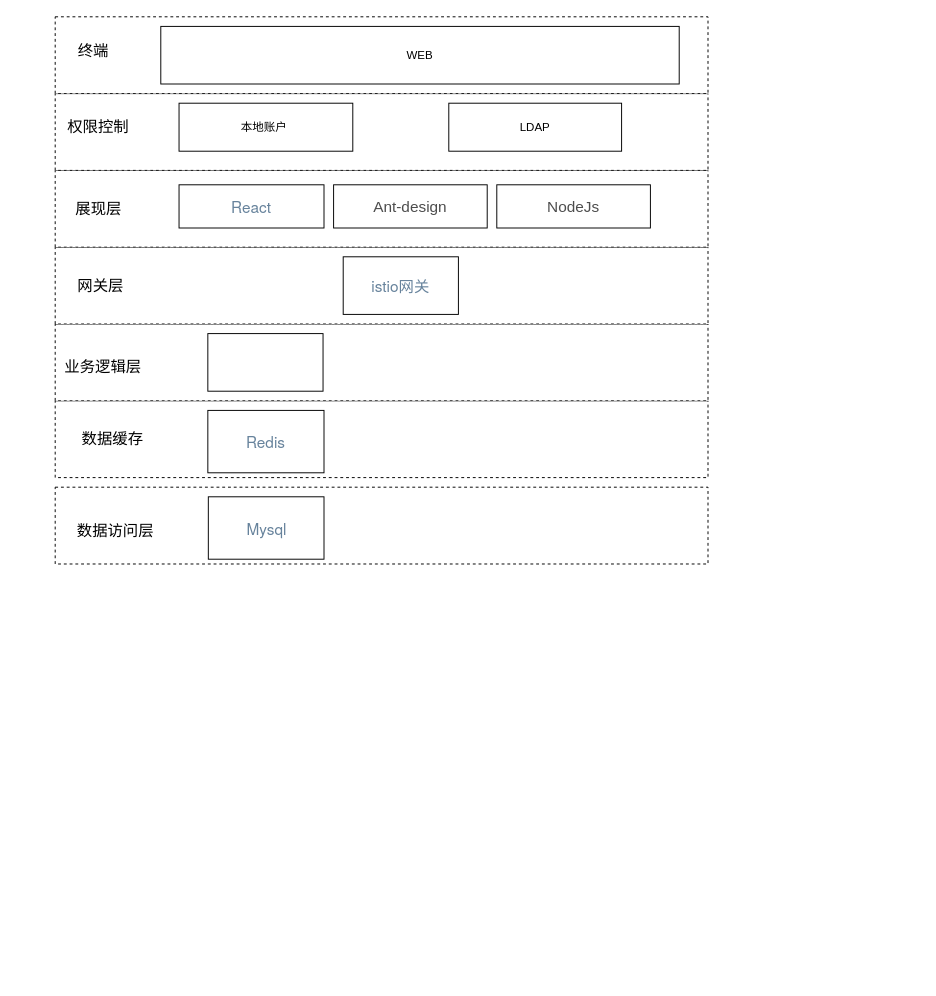
tengxiao/zabbix-report keeps this draw.io diagram as 统一监控.drawio. Above is the earlier version. Source tidied: cells renumbered, new cells numbered last; positions are measured from the earlier drawing's top-left corner, leaving out a move shared by most shapes. Both pictures are drawn from the tidied source at 96%, with x=0, y=0 at pixel (55, 16).
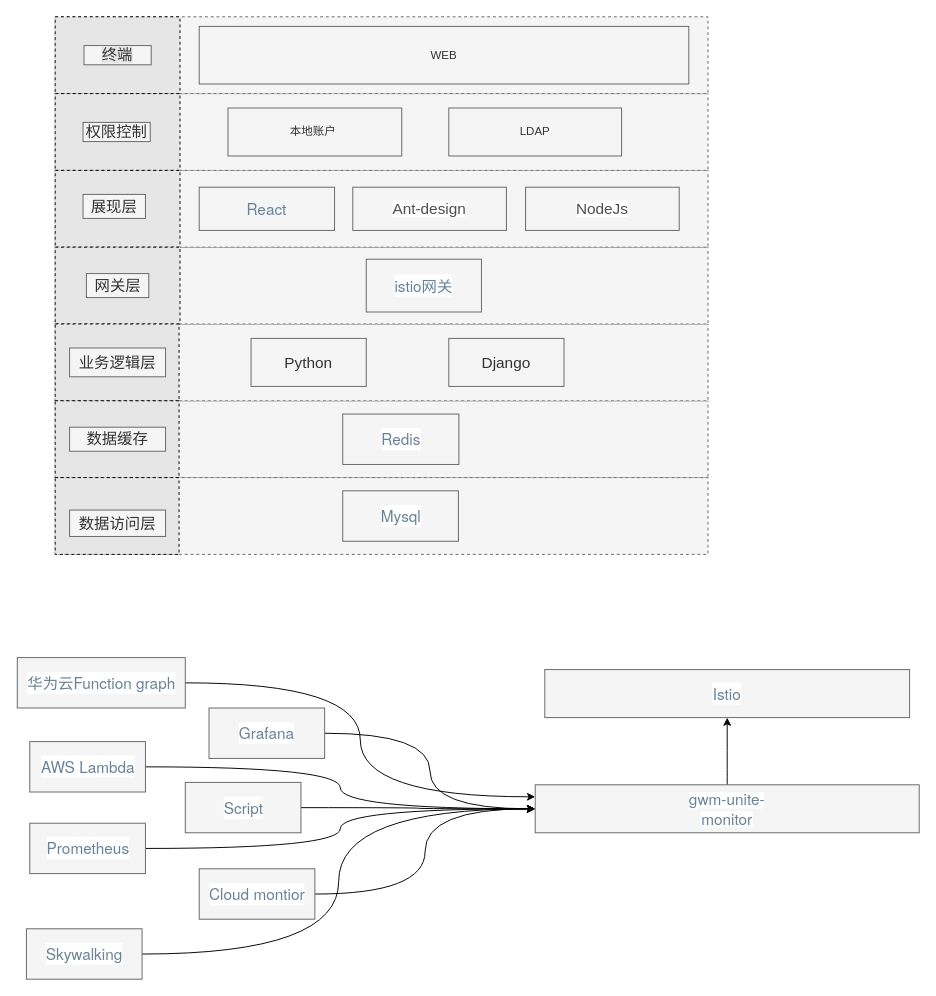
The same diagram, later.

Commit message (it also covers changes not shown here):
更新统一监控.drawio

The edit, as a diff of the source:
```diff
@@
-    <mxCell id="2" style="rounded=0;whiteSpace=wrap;html=1;dashed=1;" parent="1" vertex="1">
+    <mxCell id="2" style="rounded=0;whiteSpace=wrap;html=1;dashed=1;fillColor=#f5f5f5;strokeColor=#666666;fontColor=#333333;" parent="1" vertex="1">
       <mxGeometry y="400" width="680" height="80" as="geometry" />
     </mxCell>
-    <mxCell id="3" style="rounded=0;whiteSpace=wrap;html=1;dashed=1;" parent="1" vertex="1">
-      <mxGeometry y="490" width="680" height="80" as="geometry" />
+    <mxCell id="3" style="rounded=0;whiteSpace=wrap;html=1;dashed=1;fillColor=#f5f5f5;strokeColor=#666666;fontColor=#333333;" parent="1" vertex="1">
+      <mxGeometry y="480" width="680" height="80" as="geometry" />
     </mxCell>
-    <mxCell id="4" style="rounded=0;whiteSpace=wrap;html=1;dashed=1;" parent="1" vertex="1">
+    <mxCell id="4" style="rounded=0;whiteSpace=wrap;html=1;dashed=1;fillColor=#f5f5f5;strokeColor=#666666;fontColor=#333333;" parent="1" vertex="1">
       <mxGeometry y="320" width="680" height="80" as="geometry" />
     </mxCell>
-    <mxCell id="5" style="rounded=0;whiteSpace=wrap;html=1;dashed=1;" parent="1" vertex="1">
+    <mxCell id="5" style="rounded=0;whiteSpace=wrap;html=1;dashed=1;fillColor=#f5f5f5;strokeColor=#666666;fontColor=#333333;" parent="1" vertex="1">
       <mxGeometry y="240" width="680" height="80" as="geometry" />
     </mxCell>
-    <mxCell id="6" style="rounded=0;whiteSpace=wrap;html=1;dashed=1;" parent="1" vertex="1">
+    <mxCell id="6" style="rounded=0;whiteSpace=wrap;html=1;dashed=1;fillColor=#f5f5f5;strokeColor=#666666;fontColor=#333333;" parent="1" vertex="1">
       <mxGeometry y="160" width="680" height="80" as="geometry" />
     </mxCell>
-    <mxCell id="7" style="rounded=0;whiteSpace=wrap;html=1;dashed=1;" parent="1" vertex="1">
+    <mxCell id="7" style="rounded=0;whiteSpace=wrap;html=1;dashed=1;fillColor=#f5f5f5;strokeColor=#666666;fontColor=#333333;" parent="1" vertex="1">
       <mxGeometry y="80" width="680" height="80" as="geometry" />
     </mxCell>
-    <mxCell id="8" style="rounded=0;whiteSpace=wrap;html=1;dashed=1;" parent="1" vertex="1">
+    <mxCell id="8" style="rounded=0;whiteSpace=wrap;html=1;dashed=1;fillColor=#f5f5f5;strokeColor=#666666;fontColor=#333333;" parent="1" vertex="1">
       <mxGeometry width="680" height="80" as="geometry" />
     </mxCell>
-    <mxCell id="9" value="WEB" style="rounded=0;whiteSpace=wrap;html=1;" parent="1" vertex="1">
-      <mxGeometry x="110" y="10" width="540" height="60" as="geometry" />
+    <mxCell id="9" value="WEB" style="rounded=0;whiteSpace=wrap;html=1;fillColor=#f5f5f5;strokeColor=#666666;fontColor=#333333;" parent="1" vertex="1">
+      <mxGeometry x="150" y="10" width="510" height="60" as="geometry" />
     </mxCell>
-    <mxCell id="10" value="&lt;font color=&quot;#67839c&quot; face=&quot;helvetica neue, helvetica, arial, sans-serif&quot;&gt;&lt;span style=&quot;font-size: 16px&quot;&gt;React&lt;/span&gt;&lt;/font&gt;" style="rounded=0;whiteSpace=wrap;html=1;" parent="1" vertex="1">
-      <mxGeometry x="129" y="175" width="151" height="45" as="geometry" />
+    <mxCell id="10" value="&lt;font color=&quot;#67839c&quot; face=&quot;helvetica neue, helvetica, arial, sans-serif&quot;&gt;&lt;span style=&quot;font-size: 16px&quot;&gt;React&lt;/span&gt;&lt;/font&gt;" style="rounded=0;whiteSpace=wrap;html=1;fillColor=#f5f5f5;strokeColor=#666666;fontColor=#333333;" parent="1" vertex="1">
+      <mxGeometry x="150" y="177.5" width="141" height="45" as="geometry" />
     </mxCell>
-    <mxCell id="11" value="&lt;font style=&quot;font-size: 16px&quot;&gt;终端&lt;/font&gt;" style="text;html=1;strokeColor=none;fillColor=none;align=center;verticalAlign=middle;whiteSpace=wrap;rounded=0;fontSize=16;" parent="1" vertex="1">
-      <mxGeometry x="20" y="10" width="40" height="50" as="geometry" />
-    </mxCell>
-    <mxCell id="12" value="&lt;font style=&quot;font-size: 16px&quot;&gt;展现层&lt;/font&gt;" style="text;html=1;strokeColor=none;fillColor=none;align=center;verticalAlign=middle;whiteSpace=wrap;rounded=0;" parent="1" vertex="1">
-      <mxGeometry x="12.5" y="175" width="65" height="50" as="geometry" />
-    </mxCell>
-    <mxCell id="13" value="本地账户&lt;span style=&quot;white-space: pre&quot;&gt; &lt;/span&gt;" style="rounded=0;whiteSpace=wrap;html=1;" parent="1" vertex="1">
-      <mxGeometry x="129" y="90" width="181" height="50" as="geometry" />
+    <mxCell id="13" value="本地账户&lt;span style=&quot;white-space: pre&quot;&gt; &lt;/span&gt;" style="rounded=0;whiteSpace=wrap;html=1;fillColor=#f5f5f5;strokeColor=#666666;fontColor=#333333;" parent="1" vertex="1">
+      <mxGeometry x="180" y="95" width="181" height="50" as="geometry" />
     </mxCell>
-    <mxCell id="14" value="LDAP" style="rounded=0;whiteSpace=wrap;html=1;" parent="1" vertex="1">
-      <mxGeometry x="410" y="90" width="180" height="50" as="geometry" />
+    <mxCell id="14" value="LDAP" style="rounded=0;whiteSpace=wrap;html=1;fillColor=#f5f5f5;strokeColor=#666666;fontColor=#333333;" parent="1" vertex="1">
+      <mxGeometry x="410" y="95" width="180" height="50" as="geometry" />
     </mxCell>
-    <mxCell id="15" value="&lt;font style=&quot;font-size: 16px&quot;&gt;权限控制&lt;/font&gt;" style="text;html=1;strokeColor=none;fillColor=none;align=center;verticalAlign=middle;whiteSpace=wrap;rounded=0;" parent="1" vertex="1">
-      <mxGeometry x="10" y="105" width="70" height="20" as="geometry" />
-    </mxCell>
-    <mxCell id="16" value="&lt;font style=&quot;font-size: 16px&quot;&gt;业务逻辑层&lt;/font&gt;" style="text;html=1;strokeColor=none;fillColor=none;align=center;verticalAlign=middle;whiteSpace=wrap;rounded=0;" parent="1" vertex="1">
-      <mxGeometry y="340" width="100" height="50" as="geometry" />
-    </mxCell>
-    <mxCell id="17" style="rounded=0;whiteSpace=wrap;html=1;" parent="1" vertex="1">
-      <mxGeometry x="159" y="330" width="120" height="60" as="geometry" />
+    <mxCell id="17" value="&lt;font style=&quot;font-size: 16px&quot;&gt;Python&lt;/font&gt;" style="rounded=0;whiteSpace=wrap;html=1;fillColor=#f5f5f5;strokeColor=#666666;fontColor=#333333;" parent="1" vertex="1">
+      <mxGeometry x="204" y="335" width="120" height="50" as="geometry" />
     </mxCell>
-    <mxCell id="18" value="&lt;font color=&quot;#67839c&quot; face=&quot;helvetica neue, helvetica, arial, sans-serif&quot;&gt;&lt;span style=&quot;font-size: 16px ; background-color: rgb(255 , 255 , 255)&quot;&gt;istio网关&lt;/span&gt;&lt;/font&gt;" style="rounded=0;whiteSpace=wrap;html=1;" parent="1" vertex="1">
-      <mxGeometry x="300" y="250" width="120" height="60" as="geometry" />
+    <mxCell id="18" value="&lt;font color=&quot;#67839c&quot; face=&quot;helvetica neue, helvetica, arial, sans-serif&quot;&gt;&lt;span style=&quot;font-size: 16px ; background-color: rgb(255 , 255 , 255)&quot;&gt;istio网关&lt;/span&gt;&lt;/font&gt;" style="rounded=0;whiteSpace=wrap;html=1;fillColor=#f5f5f5;strokeColor=#666666;fontColor=#333333;" parent="1" vertex="1">
+      <mxGeometry x="324" y="252.5" width="120" height="55" as="geometry" />
     </mxCell>
-    <mxCell id="19" value="&lt;font style=&quot;font-size: 16px&quot;&gt;数据访问层&lt;/font&gt;" style="text;html=1;strokeColor=none;fillColor=none;align=center;verticalAlign=middle;whiteSpace=wrap;rounded=0;" parent="1" vertex="1">
-      <mxGeometry x="12.5" y="510" width="100" height="50" as="geometry" />
-    </mxCell>
-    <mxCell id="20" value="&lt;font color=&quot;#67839c&quot; face=&quot;helvetica neue, helvetica, arial, sans-serif&quot;&gt;&lt;span style=&quot;font-size: 16px ; background-color: rgb(255 , 255 , 255)&quot;&gt;Mysql&lt;/span&gt;&lt;/font&gt;" style="rounded=0;whiteSpace=wrap;html=1;" parent="1" vertex="1">
-      <mxGeometry x="159.5" y="500" width="120.5" height="65" as="geometry" />
+    <mxCell id="20" value="&lt;font color=&quot;#67839c&quot; face=&quot;helvetica neue, helvetica, arial, sans-serif&quot;&gt;&lt;span style=&quot;font-size: 16px ; background-color: rgb(255 , 255 , 255)&quot;&gt;Mysql&lt;/span&gt;&lt;/font&gt;" style="rounded=0;whiteSpace=wrap;html=1;fillColor=#f5f5f5;strokeColor=#666666;fontColor=#333333;" parent="1" vertex="1">
+      <mxGeometry x="299.5" y="493.8" width="120.5" height="52.5" as="geometry" />
     </mxCell>
-    <mxCell id="21" value="&lt;font style=&quot;font-size: 16px&quot;&gt;网关层&lt;/font&gt;" style="text;html=1;strokeColor=none;fillColor=none;align=center;verticalAlign=middle;whiteSpace=wrap;rounded=0;" parent="1" vertex="1">
-      <mxGeometry x="15" y="255" width="65" height="50" as="geometry" />
-    </mxCell>
-    <mxCell id="22" value="&lt;span style=&quot;color: rgb(77 , 77 , 77) ; font-family: , &amp;#34;sf ui text&amp;#34; , &amp;#34;arial&amp;#34; , &amp;#34;pingfang sc&amp;#34; , &amp;#34;hiragino sans gb&amp;#34; , &amp;#34;microsoft yahei&amp;#34; , &amp;#34;wenquanyi micro hei&amp;#34; , sans-serif , &amp;#34;simhei&amp;#34; , &amp;#34;simsun&amp;#34; ; font-size: 16px ; background-color: rgb(255 , 255 , 255)&quot;&gt;Ant-design&lt;/span&gt;" style="rounded=0;whiteSpace=wrap;html=1;" parent="1" vertex="1">
-      <mxGeometry x="290" y="175" width="160" height="45" as="geometry" />
+    <mxCell id="22" value="&lt;span style=&quot;color: rgb(77 , 77 , 77) ; font-family: , &amp;#34;sf ui text&amp;#34; , &amp;#34;arial&amp;#34; , &amp;#34;pingfang sc&amp;#34; , &amp;#34;hiragino sans gb&amp;#34; , &amp;#34;microsoft yahei&amp;#34; , &amp;#34;wenquanyi micro hei&amp;#34; , sans-serif , &amp;#34;simhei&amp;#34; , &amp;#34;simsun&amp;#34; ; font-size: 16px ; background-color: rgb(255 , 255 , 255)&quot;&gt;Ant-design&lt;/span&gt;" style="rounded=0;whiteSpace=wrap;html=1;fillColor=#f5f5f5;strokeColor=#666666;fontColor=#333333;" parent="1" vertex="1">
+      <mxGeometry x="310" y="177.5" width="160" height="45" as="geometry" />
     </mxCell>
-    <mxCell id="23" value="&lt;font color=&quot;#67839c&quot; face=&quot;helvetica neue, helvetica, arial, sans-serif&quot;&gt;&lt;span style=&quot;font-size: 16px ; background-color: rgb(255 , 255 , 255)&quot;&gt;Redis&lt;/span&gt;&lt;/font&gt;" style="rounded=0;whiteSpace=wrap;html=1;" parent="1" vertex="1">
-      <mxGeometry x="159" y="410" width="121" height="65" as="geometry" />
+    <mxCell id="23" value="&lt;font color=&quot;#67839c&quot; face=&quot;helvetica neue, helvetica, arial, sans-serif&quot;&gt;&lt;span style=&quot;font-size: 16px ; background-color: rgb(255 , 255 , 255)&quot;&gt;Redis&lt;/span&gt;&lt;/font&gt;" style="rounded=0;whiteSpace=wrap;html=1;fillColor=#f5f5f5;strokeColor=#666666;fontColor=#333333;" parent="1" vertex="1">
+      <mxGeometry x="299.5" y="413.8" width="121" height="52.5" as="geometry" />
     </mxCell>
+    <mxCell id="25" value="&lt;font color=&quot;#4d4d4d&quot;&gt;&lt;span style=&quot;font-size: 16px ; background-color: rgb(255 , 255 , 255)&quot;&gt;NodeJs&lt;/span&gt;&lt;/font&gt;" style="rounded=0;whiteSpace=wrap;html=1;fillColor=#f5f5f5;strokeColor=#666666;fontColor=#333333;" parent="1" vertex="1">
+      <mxGeometry x="490" y="177.5" width="160" height="45" as="geometry" />
+    </mxCell>
+    <mxCell id="26" value="&lt;font style=&quot;font-size: 16px&quot;&gt;Django&lt;/font&gt;" style="rounded=0;whiteSpace=wrap;html=1;fillColor=#f5f5f5;strokeColor=#666666;fontColor=#333333;" parent="1" vertex="1">
+      <mxGeometry x="410" y="335" width="120" height="50" as="geometry" />
+    </mxCell>
+    <mxCell id="27" style="rounded=0;whiteSpace=wrap;html=1;shadow=0;glass=0;dashed=1;sketch=0;fillColor=#E6E6E6;" parent="1" vertex="1">
+      <mxGeometry width="130" height="80" as="geometry" />
+    </mxCell>
+    <mxCell id="11" value="&lt;font style=&quot;font-size: 16px ; background-color: rgb(230 , 230 , 230)&quot;&gt;终端&lt;/font&gt;" style="text;html=1;align=center;verticalAlign=middle;whiteSpace=wrap;rounded=0;fontSize=16;fillColor=#f5f5f5;strokeColor=#666666;fontColor=#333333;" parent="1" vertex="1">
+      <mxGeometry x="30" y="30" width="70" height="20" as="geometry" />
+    </mxCell>
+    <mxCell id="28" style="rounded=0;whiteSpace=wrap;html=1;shadow=0;glass=0;dashed=1;sketch=0;fillColor=#E6E6E6;" parent="1" vertex="1">
+      <mxGeometry y="80" width="130" height="80" as="geometry" />
+    </mxCell>
+    <mxCell id="15" value="&lt;font style=&quot;font-size: 16px&quot;&gt;权限控制&lt;/font&gt;" style="text;html=1;align=center;verticalAlign=middle;whiteSpace=wrap;rounded=0;shadow=0;sketch=0;glass=0;fillColor=#f5f5f5;strokeColor=#666666;fontColor=#333333;" parent="1" vertex="1">
+      <mxGeometry x="29" y="110" width="70" height="20" as="geometry" />
+    </mxCell>
+    <mxCell id="29" style="rounded=0;whiteSpace=wrap;html=1;shadow=0;glass=0;dashed=1;sketch=0;fillColor=#E6E6E6;" parent="1" vertex="1">
+      <mxGeometry y="160" width="130" height="80" as="geometry" />
+    </mxCell>
+    <mxCell id="12" value="&lt;font style=&quot;font-size: 16px&quot;&gt;展现层&lt;/font&gt;" style="text;html=1;align=center;verticalAlign=middle;whiteSpace=wrap;rounded=0;fillColor=#f5f5f5;strokeColor=#666666;fontColor=#333333;" parent="1" vertex="1">
+      <mxGeometry x="29" y="185" width="65" height="25" as="geometry" />
+    </mxCell>
+    <mxCell id="30" style="rounded=0;whiteSpace=wrap;html=1;shadow=0;glass=0;dashed=1;sketch=0;fillColor=#E6E6E6;" parent="1" vertex="1">
+      <mxGeometry y="240" width="130" height="80" as="geometry" />
+    </mxCell>
+    <mxCell id="21" value="&lt;font style=&quot;font-size: 16px&quot;&gt;网关层&lt;/font&gt;" style="text;html=1;align=center;verticalAlign=middle;whiteSpace=wrap;rounded=0;fillColor=#f5f5f5;strokeColor=#666666;fontColor=#333333;" parent="1" vertex="1">
+      <mxGeometry x="32.5" y="267.5" width="65" height="25" as="geometry" />
+    </mxCell>
+    <mxCell id="31" style="rounded=0;whiteSpace=wrap;html=1;shadow=0;glass=0;dashed=1;sketch=0;fillColor=#E6E6E6;" parent="1" vertex="1">
+      <mxGeometry y="320" width="129" height="80" as="geometry" />
+    </mxCell>
+    <mxCell id="16" value="&lt;font style=&quot;font-size: 16px&quot;&gt;业务逻辑层&lt;/font&gt;" style="text;html=1;align=center;verticalAlign=middle;whiteSpace=wrap;rounded=0;fillColor=#f5f5f5;strokeColor=#666666;fontColor=#333333;" parent="1" vertex="1">
+      <mxGeometry x="15" y="345" width="100" height="30" as="geometry" />
+    </mxCell>
+    <mxCell id="32" style="rounded=0;whiteSpace=wrap;html=1;shadow=0;glass=0;dashed=1;sketch=0;fillColor=#E6E6E6;" parent="1" vertex="1">
+      <mxGeometry y="400" width="129" height="80" as="geometry" />
+    </mxCell>
-    <mxCell id="24" value="&lt;span style=&quot;font-size: 16px&quot;&gt;数据缓存&lt;/span&gt;" style="text;html=1;strokeColor=none;fillColor=none;align=center;verticalAlign=middle;whiteSpace=wrap;rounded=0;" parent="1" vertex="1">
-      <mxGeometry x="10" y="415" width="100" height="50" as="geometry" />
+    <mxCell id="24" value="&lt;span style=&quot;font-size: 16px&quot;&gt;数据缓存&lt;/span&gt;" style="text;html=1;align=center;verticalAlign=middle;whiteSpace=wrap;rounded=0;fillColor=#f5f5f5;strokeColor=#666666;fontColor=#333333;" parent="1" vertex="1">
+      <mxGeometry x="15" y="427.5" width="100" height="25" as="geometry" />
     </mxCell>
-    <mxCell id="25" value="&lt;font color=&quot;#4d4d4d&quot;&gt;&lt;span style=&quot;font-size: 16px ; background-color: rgb(255 , 255 , 255)&quot;&gt;NodeJs&lt;/span&gt;&lt;/font&gt;" style="rounded=0;whiteSpace=wrap;html=1;" parent="1" vertex="1">
-      <mxGeometry x="460" y="175" width="160" height="45" as="geometry" />
-    </mxCell>
+    <mxCell id="33" style="rounded=0;whiteSpace=wrap;html=1;shadow=0;glass=0;dashed=1;sketch=0;fillColor=#E6E6E6;" parent="1" vertex="1">
+      <mxGeometry y="480" width="129" height="80" as="geometry" />
+    </mxCell>
+    <mxCell id="19" value="&lt;font style=&quot;font-size: 16px&quot;&gt;数据访问层&lt;/font&gt;" style="text;html=1;align=center;verticalAlign=middle;whiteSpace=wrap;rounded=0;fillColor=#f5f5f5;strokeColor=#666666;fontColor=#333333;" parent="1" vertex="1">
+      <mxGeometry x="15" y="513.8" width="100" height="27.5" as="geometry" />
+    </mxCell>
+    <mxCell id="34" style="edgeStyle=orthogonalEdgeStyle;curved=1;rounded=0;jettySize=auto;html=1;entryX=0;entryY=0.25;entryDx=0;entryDy=0;" parent="1" edge="1" source="35" target="49">
+      <mxGeometry relative="1" as="geometry" />
+    </mxCell>
+    <mxCell id="35" value="&lt;font color=&quot;#67839c&quot; face=&quot;helvetica neue, helvetica, arial, sans-serif&quot;&gt;&lt;span style=&quot;font-size: 16px ; background-color: rgb(255 , 255 , 255)&quot;&gt;华为云Function graph&lt;/span&gt;&lt;/font&gt;" style="rounded=0;whiteSpace=wrap;html=1;fillColor=#f5f5f5;strokeColor=#666666;fontColor=#333333;" parent="1" vertex="1">
+      <mxGeometry x="-39.5" y="667.5" width="175" height="52.5" as="geometry" />
+    </mxCell>
+    <mxCell id="36" style="edgeStyle=orthogonalEdgeStyle;curved=1;rounded=0;jettySize=auto;html=1;entryX=0;entryY=0.5;entryDx=0;entryDy=0;" parent="1" edge="1" source="37" target="49">
+      <mxGeometry relative="1" as="geometry" />
+    </mxCell>
+    <mxCell id="37" value="&lt;font color=&quot;#67839c&quot; face=&quot;helvetica neue, helvetica, arial, sans-serif&quot;&gt;&lt;span style=&quot;font-size: 16px ; background-color: rgb(255 , 255 , 255)&quot;&gt;AWS Lambda&lt;/span&gt;&lt;/font&gt;" style="rounded=0;whiteSpace=wrap;html=1;fillColor=#f5f5f5;strokeColor=#666666;fontColor=#333333;" parent="1" vertex="1">
+      <mxGeometry x="-26.5" y="755" width="120.5" height="52.5" as="geometry" />
+    </mxCell>
+    <mxCell id="38" style="edgeStyle=orthogonalEdgeStyle;curved=1;rounded=0;jettySize=auto;html=1;entryX=0;entryY=0.5;entryDx=0;entryDy=0;" parent="1" edge="1" source="39" target="49">
+      <mxGeometry relative="1" as="geometry" />
+    </mxCell>
+    <mxCell id="39" value="&lt;font color=&quot;#67839c&quot; face=&quot;helvetica neue, helvetica, arial, sans-serif&quot;&gt;&lt;span style=&quot;font-size: 16px ; background-color: rgb(255 , 255 , 255)&quot;&gt;Skywalking&lt;/span&gt;&lt;/font&gt;" style="rounded=0;whiteSpace=wrap;html=1;fillColor=#f5f5f5;strokeColor=#666666;fontColor=#333333;" parent="1" vertex="1">
+      <mxGeometry x="-30" y="950" width="120.5" height="52.5" as="geometry" />
+    </mxCell>
+    <mxCell id="40" style="edgeStyle=orthogonalEdgeStyle;curved=1;rounded=0;jettySize=auto;html=1;entryX=0;entryY=0.5;entryDx=0;entryDy=0;" parent="1" edge="1" source="41" target="49">
+      <mxGeometry relative="1" as="geometry" />
+    </mxCell>
+    <mxCell id="41" value="&lt;font color=&quot;#67839c&quot; face=&quot;helvetica neue, helvetica, arial, sans-serif&quot;&gt;&lt;span style=&quot;font-size: 16px ; background-color: rgb(255 , 255 , 255)&quot;&gt;Prometheus&lt;/span&gt;&lt;/font&gt;" style="rounded=0;whiteSpace=wrap;html=1;fillColor=#f5f5f5;strokeColor=#666666;fontColor=#333333;" parent="1" vertex="1">
+      <mxGeometry x="-26.5" y="840" width="120.5" height="52.5" as="geometry" />
+    </mxCell>
+    <mxCell id="42" style="edgeStyle=orthogonalEdgeStyle;curved=1;rounded=0;jettySize=auto;html=1;" parent="1" edge="1" source="43" target="49">
+      <mxGeometry relative="1" as="geometry" />
+    </mxCell>
+    <mxCell id="43" value="&lt;font color=&quot;#67839c&quot; face=&quot;helvetica neue, helvetica, arial, sans-serif&quot;&gt;&lt;span style=&quot;font-size: 16px ; background-color: rgb(255 , 255 , 255)&quot;&gt;Script&lt;/span&gt;&lt;/font&gt;" style="rounded=0;whiteSpace=wrap;html=1;fillColor=#f5f5f5;strokeColor=#666666;fontColor=#333333;" parent="1" vertex="1">
+      <mxGeometry x="135.5" y="797.5" width="120.5" height="52.5" as="geometry" />
+    </mxCell>
+    <mxCell id="44" style="edgeStyle=orthogonalEdgeStyle;curved=1;rounded=0;jettySize=auto;html=1;entryX=0;entryY=0.5;entryDx=0;entryDy=0;" parent="1" edge="1" source="45" target="49">
+      <mxGeometry relative="1" as="geometry" />
+    </mxCell>
+    <mxCell id="45" value="&lt;font color=&quot;#67839c&quot; face=&quot;helvetica neue, helvetica, arial, sans-serif&quot;&gt;&lt;span style=&quot;font-size: 16px ; background-color: rgb(255 , 255 , 255)&quot;&gt;Grafana&lt;/span&gt;&lt;/font&gt;" style="rounded=0;whiteSpace=wrap;html=1;fillColor=#f5f5f5;strokeColor=#666666;fontColor=#333333;" parent="1" vertex="1">
+      <mxGeometry x="160.2" y="720" width="120.5" height="52.5" as="geometry" />
+    </mxCell>
+    <mxCell id="46" style="edgeStyle=orthogonalEdgeStyle;curved=1;rounded=0;jettySize=auto;html=1;entryX=0;entryY=0.5;entryDx=0;entryDy=0;" parent="1" edge="1" source="47" target="49">
+      <mxGeometry relative="1" as="geometry" />
+    </mxCell>
+    <mxCell id="47" value="&lt;font color=&quot;#67839c&quot; face=&quot;helvetica neue, helvetica, arial, sans-serif&quot;&gt;&lt;span style=&quot;font-size: 16px ; background-color: rgb(255 , 255 , 255)&quot;&gt;Cloud montior&lt;/span&gt;&lt;/font&gt;" style="rounded=0;whiteSpace=wrap;html=1;fillColor=#f5f5f5;strokeColor=#666666;fontColor=#333333;" parent="1" vertex="1">
+      <mxGeometry x="150" y="887.5" width="120.5" height="52.5" as="geometry" />
+    </mxCell>
+    <mxCell id="48" style="edgeStyle=orthogonalEdgeStyle;curved=1;rounded=0;jettySize=auto;html=1;" parent="1" edge="1" source="49" target="50">
+      <mxGeometry relative="1" as="geometry" />
+    </mxCell>
+    <mxCell id="49" value="&lt;font color=&quot;#67839c&quot; face=&quot;helvetica neue, helvetica, arial, sans-serif&quot;&gt;&lt;span style=&quot;background-color: rgb(255 , 255 , 255)&quot;&gt;&lt;span style=&quot;font-size: 16px&quot;&gt;gwm-unite-&lt;/span&gt;&lt;br&gt;&lt;span style=&quot;font-size: 16px&quot;&gt;monitor&lt;/span&gt;&lt;/span&gt;&lt;/font&gt;" style="rounded=0;whiteSpace=wrap;html=1;fillColor=#f5f5f5;strokeColor=#666666;fontColor=#333333;" parent="1" vertex="1">
+      <mxGeometry x="500" y="800" width="400" height="50" as="geometry" />
+    </mxCell>
+    <mxCell id="50" value="&lt;font color=&quot;#67839c&quot; face=&quot;helvetica neue, helvetica, arial, sans-serif&quot;&gt;&lt;span style=&quot;font-size: 16px ; background-color: rgb(255 , 255 , 255)&quot;&gt;Istio&lt;/span&gt;&lt;/font&gt;" style="rounded=0;whiteSpace=wrap;html=1;fillColor=#f5f5f5;strokeColor=#666666;fontColor=#333333;" parent="1" vertex="1">
+      <mxGeometry x="510" y="680" width="380" height="50" as="geometry" />
+    </mxCell>
```
